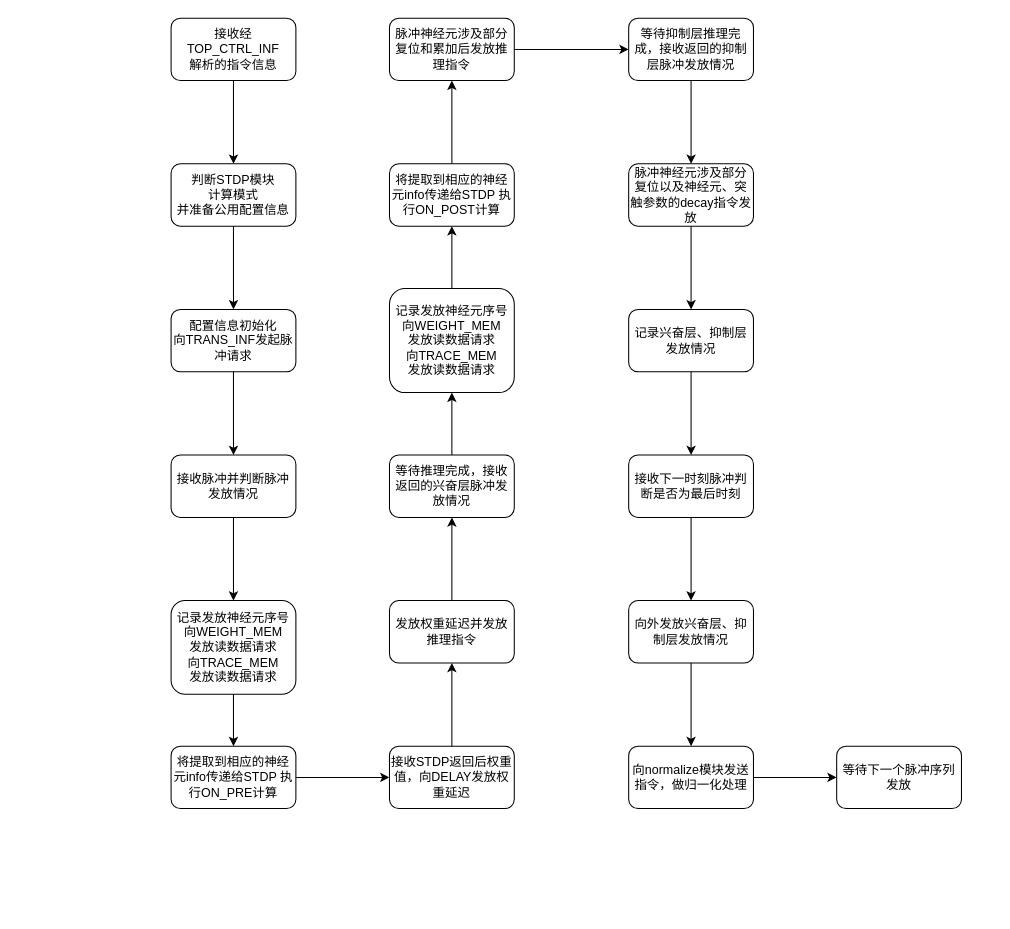
The draw.io diagram snn_ctrl.drawio in AQii77/drawio_SAVE, before the edit. Source tidied: cells renumbered, new cells numbered last; positions are measured from the earlier drawing's top-left corner, leaving out a move shared by most shapes. Both pictures are drawn from the tidied source at 104%, with x=0, y=0 at pixel (171, 18).
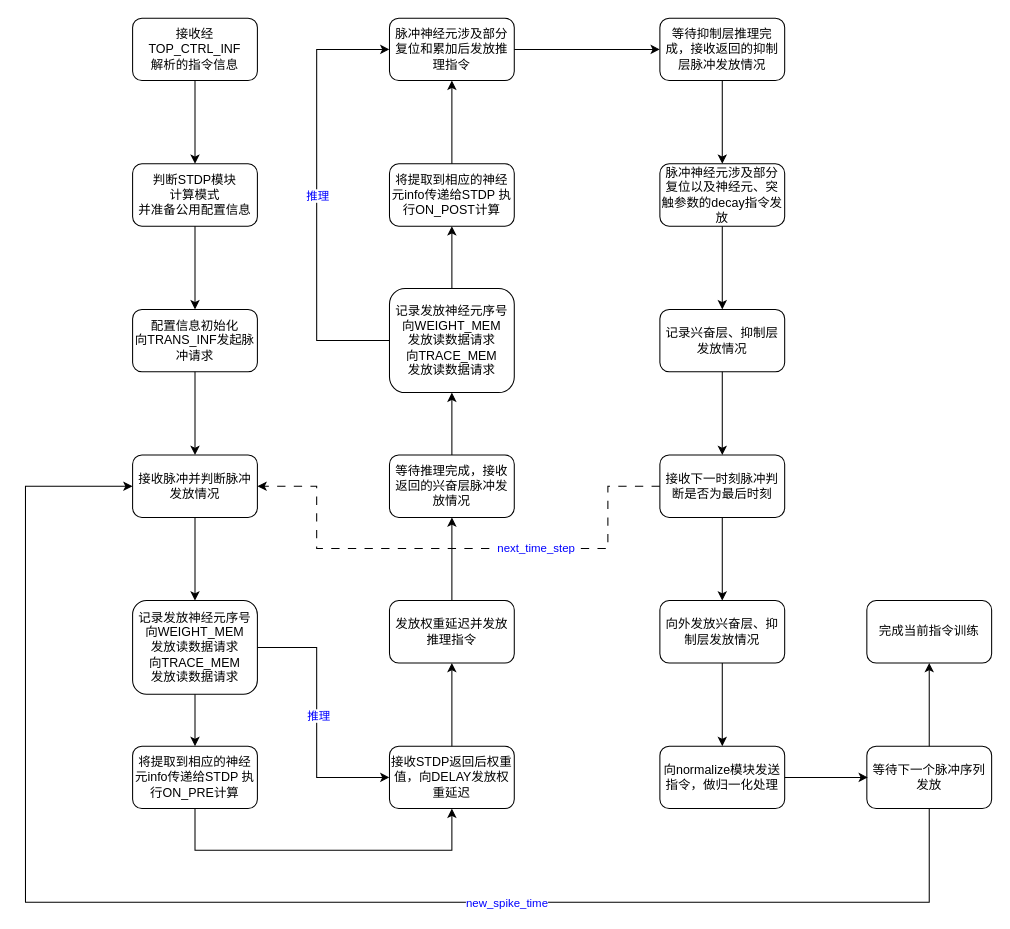
The same diagram, later.

The change refers to these unchanged cells:
```xml
<mxCell id="15" value="接收STDP返回后权重值，向DELAY发放权重延迟" style="whiteSpace=wrap;html=1;fillColor=none;rounded=1;" parent="1" vertex="1">
  <mxGeometry x="210" y="700" width="120" height="60" as="geometry" />
</mxCell>
<mxCell id="21" value="记录发放神经元序号&lt;br style=&quot;border-color: var(--border-color);&quot;&gt;向WEIGHT_MEM&lt;br style=&quot;border-color: var(--border-color);&quot;&gt;发放读数据请求&lt;br style=&quot;border-color: var(--border-color);&quot;&gt;向TRACE_MEM&lt;br style=&quot;border-color: var(--border-color);&quot;&gt;发放读数据请求" style="whiteSpace=wrap;html=1;fillColor=none;rounded=1;" parent="1" vertex="1">
  <mxGeometry x="210" y="260" width="120" height="100" as="geometry" />
</mxCell>
<mxCell id="25" value="脉冲神经元涉及部分复位和累加后发放推理指令" style="whiteSpace=wrap;html=1;fillColor=none;rounded=1;" parent="1" vertex="1">
  <mxGeometry x="210" width="120" height="60" as="geometry" />
</mxCell>
```

Diff of the diagram source:
```diff
@@
+    <mxCell id="39" style="edgeStyle=orthogonalEdgeStyle;rounded=0;jettySize=auto;html=1;exitX=0;exitY=0.5;exitDx=0;exitDy=0;entryX=1;entryY=0.5;entryDx=0;entryDy=0;dashed=1;dashPattern=8 8;" parent="1" edge="1" source="33" target="9">
+      <mxGeometry relative="1" as="geometry">
+        <Array as="points">
+          <mxPoint x="420" y="450" />
+          <mxPoint x="420" y="510" />
+          <mxPoint x="140" y="510" />
+          <mxPoint x="140" y="450" />
+        </Array>
+      </mxGeometry>
+    </mxCell>
+    <mxCell id="40" value="next_time_step" style="edgeLabel;html=1;align=center;verticalAlign=middle;fontColor=#0000FF;" parent="39" vertex="1">
+      <mxGeometry x="-0.57" relative="1" as="geometry">
+        <mxPoint x="-70" as="offset" />
+      </mxGeometry>
+    </mxCell>
@@
     <mxCell id="3" value="接收经TOP_CTRL_INF&lt;br&gt;解析的指令信息" style="rounded=1;whiteSpace=wrap;html=1;fillColor=none;" parent="1" vertex="1">
-      <mxGeometry width="120" height="60" as="geometry" />
+      <mxGeometry x="-37" width="120" height="60" as="geometry" />
     </mxCell>
@@
     <mxCell id="5" value="判断STDP模块&lt;br&gt;计算模式&lt;br&gt;并准备公用配置信息" style="whiteSpace=wrap;html=1;fillColor=none;rounded=1;" parent="1" vertex="1">
-      <mxGeometry y="140" width="120" height="60" as="geometry" />
+      <mxGeometry x="-37" y="140" width="120" height="60" as="geometry" />
     </mxCell>
@@
     <mxCell id="7" value="配置信息初始化&lt;br style=&quot;border-color: var(--border-color);&quot;&gt;向TRANS_INF发起脉冲请求" style="whiteSpace=wrap;html=1;fillColor=none;rounded=1;" parent="1" vertex="1">
-      <mxGeometry y="280" width="120" height="60" as="geometry" />
+      <mxGeometry x="-37" y="280" width="120" height="60" as="geometry" />
     </mxCell>
@@
     <mxCell id="9" value="接收脉冲并判断脉冲发放情况" style="whiteSpace=wrap;html=1;fillColor=none;rounded=1;" parent="1" vertex="1">
-      <mxGeometry y="420" width="120" height="60" as="geometry" />
+      <mxGeometry x="-37" y="420" width="120" height="60" as="geometry" />
     </mxCell>
@@
+    <mxCell id="41" style="edgeStyle=orthogonalEdgeStyle;rounded=0;jettySize=auto;html=1;exitX=1;exitY=0.5;exitDx=0;exitDy=0;entryX=0;entryY=0.5;entryDx=0;entryDy=0;" parent="1" edge="1" source="11" target="15">
+      <mxGeometry relative="1" as="geometry">
+        <Array as="points">
+          <mxPoint x="140" y="605" />
+          <mxPoint x="140" y="730" />
+        </Array>
+      </mxGeometry>
+    </mxCell>
+    <mxCell id="42" value="推理" style="edgeLabel;html=1;align=center;verticalAlign=middle;fontColor=#0000FF;" parent="41" vertex="1">
+      <mxGeometry x="-0.34" y="1" relative="1" as="geometry">
+        <mxPoint y="39" as="offset" />
+      </mxGeometry>
+    </mxCell>
     <mxCell id="11" value="记录发放神经元序号&lt;br&gt;向WEIGHT_MEM&lt;br&gt;发放读数据请求&lt;br&gt;向TRACE_MEM&lt;br&gt;发放读数据请求" style="whiteSpace=wrap;html=1;fillColor=none;rounded=1;" parent="1" vertex="1">
-      <mxGeometry y="560" width="120" height="90" as="geometry" />
+      <mxGeometry x="-37" y="560" width="120" height="90" as="geometry" />
     </mxCell>
     <mxCell id="12" style="edgeStyle=orthogonalEdgeStyle;rounded=0;jettySize=auto;html=1;" parent="1" edge="1" source="13" target="15">
-      <mxGeometry relative="1" as="geometry" />
+      <mxGeometry relative="1" as="geometry">
+        <Array as="points">
+          <mxPoint x="23" y="800" />
+          <mxPoint x="270" y="800" />
+        </Array>
+      </mxGeometry>
     </mxCell>
     <mxCell id="13" value="将提取到相应的神经元info传递给STDP 执行ON_PRE计算" style="whiteSpace=wrap;html=1;fillColor=none;rounded=1;" parent="1" vertex="1">
-      <mxGeometry y="700" width="120" height="60" as="geometry" />
+      <mxGeometry x="-37" y="700" width="120" height="60" as="geometry" />
     </mxCell>
@@
-    <mxCell id="19" value="等待推理完成，接收返回的兴奋层脉冲发放情况" style="whiteSpace=wrap;html=1;fillColor=none;rounded=1;" parent="1" vertex="1">
+    <mxCell id="19" value="等待推理完成，接收返回的兴奋层脉冲发放情况" style="whiteSpace=wrap;html=1;fillColor=default;rounded=1;" parent="1" vertex="1">
       <mxGeometry x="210" y="420" width="120" height="60" as="geometry" />
     </mxCell>
@@
+    <mxCell id="43" style="edgeStyle=orthogonalEdgeStyle;rounded=0;jettySize=auto;html=1;exitX=0;exitY=0.5;exitDx=0;exitDy=0;entryX=0;entryY=0.5;entryDx=0;entryDy=0;" parent="1" edge="1" source="21" target="25">
+      <mxGeometry relative="1" as="geometry">
+        <Array as="points">
+          <mxPoint x="140" y="310" />
+          <mxPoint x="140" y="30" />
+        </Array>
+      </mxGeometry>
+    </mxCell>
+    <mxCell id="44" value="推理" style="edgeLabel;html=1;align=center;verticalAlign=middle;fontColor=#0000FF;" parent="43" vertex="1">
+      <mxGeometry x="-0.24" relative="1" as="geometry">
+        <mxPoint y="-50" as="offset" />
+      </mxGeometry>
+    </mxCell>
@@
     <mxCell id="27" value="等待抑制层推理完成，接收返回的抑制层脉冲发放情况" style="whiteSpace=wrap;html=1;fillColor=none;rounded=1;" parent="1" vertex="1">
-      <mxGeometry x="440" width="120" height="60" as="geometry" />
+      <mxGeometry x="470" width="120" height="60" as="geometry" />
     </mxCell>
@@
     <mxCell id="29" value="脉冲神经元涉及部分复位以及神经元、突触参数的decay指令发放" style="whiteSpace=wrap;html=1;fillColor=none;rounded=1;" parent="1" vertex="1">
-      <mxGeometry x="440" y="140" width="120" height="60" as="geometry" />
+      <mxGeometry x="470" y="140" width="120" height="60" as="geometry" />
     </mxCell>
@@
     <mxCell id="31" value="记录兴奋层、抑制层发放情况" style="whiteSpace=wrap;html=1;fillColor=none;rounded=1;" parent="1" vertex="1">
-      <mxGeometry x="440" y="280" width="120" height="60" as="geometry" />
+      <mxGeometry x="470" y="280" width="120" height="60" as="geometry" />
     </mxCell>
@@
     <mxCell id="33" value="接收下一时刻脉冲判断是否为最后时刻" style="whiteSpace=wrap;html=1;fillColor=none;rounded=1;" parent="1" vertex="1">
-      <mxGeometry x="440" y="420" width="120" height="60" as="geometry" />
+      <mxGeometry x="470" y="420" width="120" height="60" as="geometry" />
     </mxCell>
@@
     <mxCell id="35" value="向外发放兴奋层、抑制层发放情况" style="whiteSpace=wrap;html=1;fillColor=none;rounded=1;" parent="1" vertex="1">
-      <mxGeometry x="440" y="560" width="120" height="60" as="geometry" />
+      <mxGeometry x="470" y="560" width="120" height="60" as="geometry" />
     </mxCell>
-    <mxCell id="36" style="edgeStyle=orthogonalEdgeStyle;rounded=0;jettySize=auto;html=1;" parent="1" edge="1" source="37" target="38">
-      <mxGeometry relative="1" as="geometry" />
+    <mxCell id="36" style="edgeStyle=orthogonalEdgeStyle;rounded=0;jettySize=auto;html=1;" parent="1" edge="1" source="37">
+      <mxGeometry relative="1" as="geometry">
+        <mxPoint x="670" y="730" as="targetPoint" />
+      </mxGeometry>
     </mxCell>
     <mxCell id="37" value="向normalize模块发送指令，做归一化处理" style="whiteSpace=wrap;html=1;fillColor=none;rounded=1;" parent="1" vertex="1">
-      <mxGeometry x="440" y="700" width="120" height="60" as="geometry" />
+      <mxGeometry x="470" y="700" width="120" height="60" as="geometry" />
     </mxCell>
+    <mxCell id="45" style="edgeStyle=orthogonalEdgeStyle;rounded=0;jettySize=auto;html=1;exitX=0.5;exitY=1;exitDx=0;exitDy=0;entryX=0;entryY=0.5;entryDx=0;entryDy=0;" parent="1" edge="1" source="38" target="9">
+      <mxGeometry relative="1" as="geometry">
+        <Array as="points">
+          <mxPoint x="729" y="850" />
+          <mxPoint x="-140" y="850" />
+          <mxPoint x="-140" y="450" />
+        </Array>
+      </mxGeometry>
+    </mxCell>
+    <mxCell id="46" value="new_spike_time" style="edgeLabel;html=1;align=center;verticalAlign=middle;fontColor=#0000FF;" parent="45" vertex="1">
+      <mxGeometry x="-0.32" relative="1" as="geometry" />
+    </mxCell>
+    <mxCell id="47" style="edgeStyle=orthogonalEdgeStyle;rounded=0;jettySize=auto;html=1;" parent="1" edge="1" source="38" target="48">
+      <mxGeometry relative="1" as="geometry" />
+    </mxCell>
     <mxCell id="38" value="等待下一个脉冲序列发放" style="whiteSpace=wrap;html=1;fillColor=none;rounded=1;" parent="1" vertex="1">
-      <mxGeometry x="640" y="700" width="120" height="60" as="geometry" />
+      <mxGeometry x="669" y="700" width="120" height="60" as="geometry" />
     </mxCell>
+    <mxCell id="48" value="完成当前指令训练" style="whiteSpace=wrap;html=1;fillColor=none;rounded=1;" parent="1" vertex="1">
+      <mxGeometry x="669" y="560" width="120" height="60" as="geometry" />
+    </mxCell>
```
